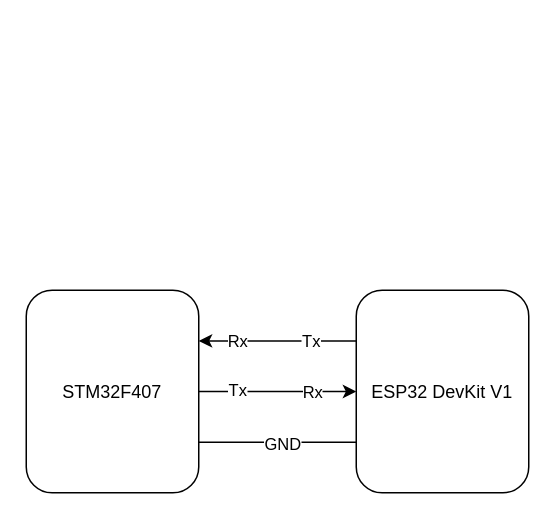
The draw.io diagram RemoteBalacingRobot.drawio in tefilus/draw.io, before the edit. Source tidied: cells renumbered, new cells numbered last; positions are measured from the earlier drawing's top-left corner, leaving out a move shared by most shapes. Both pictures are drawn from the tidied source at 150%, with x=0, y=0 at pixel (26, 290).
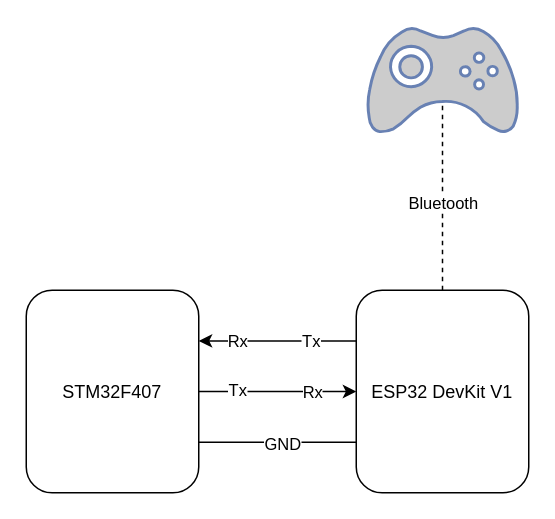
The same page after the edit.

The edit, as a diff of the source:
```diff
@@
 <mxGraphModel>
   <root>
     <mxCell id="0" />
     <mxCell id="1" parent="0" />
     <mxCell id="2" value="STM32F407" style="rounded=1;whiteSpace=wrap;html=1;rotation=0;" parent="1" vertex="1">
       <mxGeometry width="115" height="135" as="geometry" />
     </mxCell>
     <mxCell id="3" value="ESP32 DevKit V1" style="rounded=1;whiteSpace=wrap;html=1;rotation=0;" parent="1" vertex="1">
       <mxGeometry x="220" width="115" height="135" as="geometry" />
     </mxCell>
     <mxCell id="4" style="endArrow=classic;html=1;rounded=0;exitX=0;exitY=0.25;exitDx=0;exitDy=0;entryX=1;entryY=0.25;entryDx=0;entryDy=0;" parent="1" edge="1" source="3" target="2">
       <mxGeometry relative="1" as="geometry" />
     </mxCell>
     <mxCell id="5" value="Tx" style="edgeLabel;html=1;align=center;verticalAlign=middle;" parent="4" vertex="1">
       <mxGeometry x="-0.72" relative="1" as="geometry">
         <mxPoint x="-16" as="offset" />
       </mxGeometry>
     </mxCell>
     <mxCell id="6" value="Rx" style="edgeLabel;html=1;align=center;verticalAlign=middle;" parent="4" vertex="1">
       <mxGeometry x="0.67" relative="1" as="geometry">
         <mxPoint x="8" as="offset" />
       </mxGeometry>
     </mxCell>
     <mxCell id="7" style="endArrow=classic;html=1;rounded=0;exitX=1;exitY=0.5;exitDx=0;exitDy=0;entryX=0;entryY=0.5;entryDx=0;entryDy=0;" parent="1" edge="1" source="2" target="3">
       <mxGeometry relative="1" as="geometry" />
     </mxCell>
     <mxCell id="8" value="Rx" style="edgeLabel;html=1;align=center;verticalAlign=middle;" parent="7" vertex="1">
       <mxGeometry x="0.68" relative="1" as="geometry">
         <mxPoint x="-13" as="offset" />
       </mxGeometry>
     </mxCell>
     <mxCell id="9" value="Tx" style="edgeLabel;html=1;align=center;verticalAlign=middle;" parent="7" vertex="1">
       <mxGeometry x="-0.88" y="1" relative="1" as="geometry">
         <mxPoint x="19" as="offset" />
       </mxGeometry>
     </mxCell>
     <mxCell id="10" style="endArrow=none;html=1;rounded=0;exitX=1;exitY=0.75;exitDx=0;exitDy=0;entryX=0;entryY=0.75;entryDx=0;entryDy=0;" parent="1" edge="1" source="2" target="3">
       <mxGeometry relative="1" as="geometry" />
     </mxCell>
     <mxCell id="11" value="GND" style="edgeLabel;html=1;align=center;verticalAlign=middle;" parent="10" vertex="1">
       <mxGeometry x="-0.15" y="-1" relative="1" as="geometry">
         <mxPoint x="10" as="offset" />
       </mxGeometry>
     </mxCell>
+    <mxCell id="12" style="fontColor=#0066CC;verticalAlign=top;verticalLabelPosition=bottom;labelPosition=center;align=center;html=1;outlineConnect=0;fillColor=#CCCCCC;strokeColor=#6881B3;gradientColor=none;gradientDirection=north;strokeWidth=2;shape=mxgraph.networks.gamepad;" parent="1" vertex="1">
+      <mxGeometry x="227.5" y="-175" width="100" height="70" as="geometry" />
+    </mxCell>
+    <mxCell id="13" style="endArrow=none;dashed=1;html=1;rounded=0;entryX=0.5;entryY=0.7;entryDx=0;entryDy=0;entryPerimeter=0;exitX=0.5;exitY=0;exitDx=0;exitDy=0;" parent="1" edge="1" source="3" target="12">
+      <mxGeometry relative="1" as="geometry" />
+    </mxCell>
+    <mxCell id="14" value="Bluetooth" style="edgeLabel;html=1;align=center;verticalAlign=middle;" parent="13" vertex="1">
+      <mxGeometry x="-0.07" relative="1" as="geometry" />
+    </mxCell>
   </root>
 </mxGraphModel>
```
